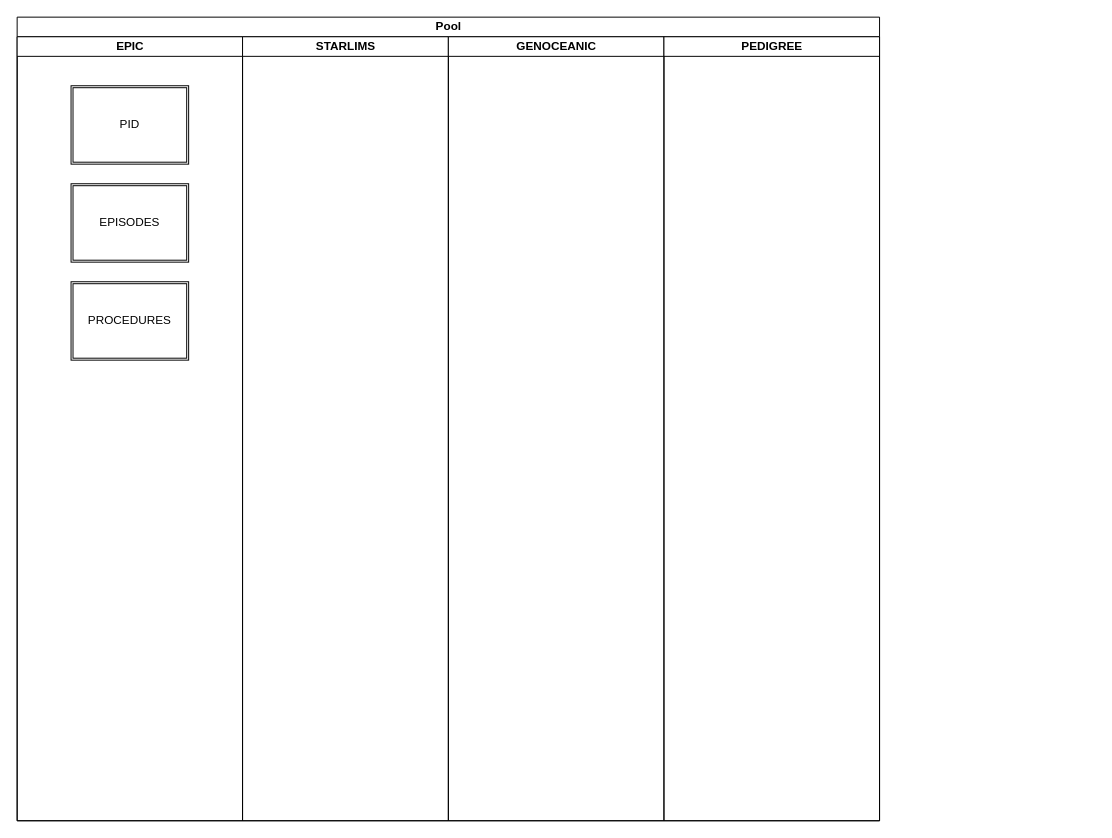
Before: Untitled Diagram.drawio in shanemuk/pedigreemd, a draw.io diagram. Source tidied: cells renumbered, new cells numbered last; positions are measured from the earlier drawing's top-left corner, leaving out a move shared by most shapes. Both pictures are drawn from the tidied source at 98%, with x=0, y=0 at pixel (17, 17).
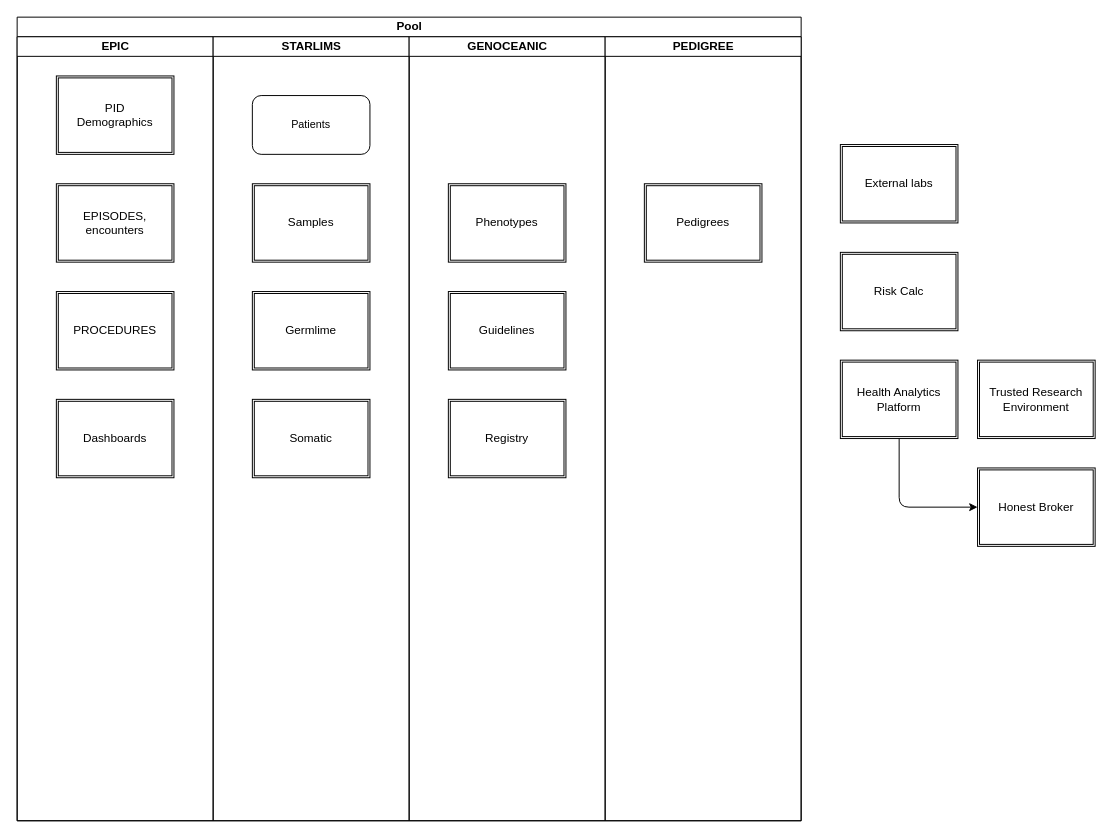
The same diagram, later.

The edit, as a diff of the source:
```diff
@@
     <mxCell id="2" value="Pool" style="swimlane;startSize=20;html=1;" parent="1" vertex="1">
-      <mxGeometry width="880" height="820" as="geometry" />
+      <mxGeometry width="800" height="820" as="geometry" />
     </mxCell>
     <mxCell id="3" value="EPIC" style="swimlane;startSize=20;html=1;" parent="2" vertex="1">
-      <mxGeometry y="20" width="230" height="800" as="geometry" />
+      <mxGeometry y="20" width="200" height="800" as="geometry" />
     </mxCell>
-    <mxCell id="4" value="PID" style="shape=ext;double=1;rounded=0;whiteSpace=wrap;html=1;" parent="3" vertex="1">
-      <mxGeometry x="55" y="50" width="120" height="80" as="geometry" />
+    <mxCell id="4" value="PID&lt;div&gt;Demographics&lt;/div&gt;" style="shape=ext;double=1;rounded=0;whiteSpace=wrap;html=1;" parent="3" vertex="1">
+      <mxGeometry x="40" y="40" width="120" height="80" as="geometry" />
     </mxCell>
-    <mxCell id="5" value="EPISODES" style="shape=ext;double=1;rounded=0;whiteSpace=wrap;html=1;" parent="3" vertex="1">
-      <mxGeometry x="55" y="150" width="120" height="80" as="geometry" />
+    <mxCell id="5" value="EPISODES, encounters" style="shape=ext;double=1;rounded=0;whiteSpace=wrap;html=1;" parent="3" vertex="1">
+      <mxGeometry x="40" y="150" width="120" height="80" as="geometry" />
     </mxCell>
     <mxCell id="6" value="PROCEDURES" style="shape=ext;double=1;rounded=0;whiteSpace=wrap;html=1;" parent="3" vertex="1">
-      <mxGeometry x="55" y="250" width="120" height="80" as="geometry" />
+      <mxGeometry x="40" y="260" width="120" height="80" as="geometry" />
     </mxCell>
+    <mxCell id="10" value="Dashboards" style="shape=ext;double=1;rounded=0;whiteSpace=wrap;html=1;" parent="3" vertex="1">
+      <mxGeometry x="40" y="370" width="120" height="80" as="geometry" />
+    </mxCell>
     <mxCell id="7" value="STARLIMS" style="swimlane;startSize=20;html=1;" parent="2" vertex="1">
-      <mxGeometry x="230" y="20" width="210" height="800" as="geometry" />
+      <mxGeometry x="200" y="20" width="200" height="800" as="geometry" />
     </mxCell>
+    <mxCell id="11" value="Samples" style="shape=ext;double=1;rounded=0;whiteSpace=wrap;html=1;" parent="7" vertex="1">
+      <mxGeometry x="40" y="150" width="120" height="80" as="geometry" />
+    </mxCell>
+    <mxCell id="12" value="Germlime" style="shape=ext;double=1;rounded=0;whiteSpace=wrap;html=1;" parent="7" vertex="1">
+      <mxGeometry x="40" y="260" width="120" height="80" as="geometry" />
+    </mxCell>
+    <mxCell id="13" value="Somatic" style="shape=ext;double=1;rounded=0;whiteSpace=wrap;html=1;" parent="7" vertex="1">
+      <mxGeometry x="40" y="370" width="120" height="80" as="geometry" />
+    </mxCell>
+    <mxCell id="14" value="Patients" style="rounded=1;whiteSpace=wrap;html=1;fontFamily=Helvetica;fontSize=11;fontColor=default;labelBackgroundColor=default;" parent="7" vertex="1">
+      <mxGeometry x="40" y="60" width="120" height="60" as="geometry" />
+    </mxCell>
     <mxCell id="8" value="GENOCEANIC" style="swimlane;startSize=20;html=1;" parent="2" vertex="1">
-      <mxGeometry x="440" y="20" width="220" height="800" as="geometry" />
+      <mxGeometry x="400" y="20" width="200" height="800" as="geometry" />
     </mxCell>
+    <mxCell id="15" value="Phenotypes" style="shape=ext;double=1;rounded=0;whiteSpace=wrap;html=1;" parent="8" vertex="1">
+      <mxGeometry x="40" y="150" width="120" height="80" as="geometry" />
+    </mxCell>
+    <mxCell id="16" value="Guidelines" style="shape=ext;double=1;rounded=0;whiteSpace=wrap;html=1;" parent="8" vertex="1">
+      <mxGeometry x="40" y="260" width="120" height="80" as="geometry" />
+    </mxCell>
+    <mxCell id="17" value="Registry" style="shape=ext;double=1;rounded=0;whiteSpace=wrap;html=1;" parent="8" vertex="1">
+      <mxGeometry x="40" y="370" width="120" height="80" as="geometry" />
+    </mxCell>
     <mxCell id="9" value="PEDIGREE" style="swimlane;startSize=20;html=1;" parent="2" vertex="1">
-      <mxGeometry x="660" y="20" width="220" height="800" as="geometry" />
+      <mxGeometry x="600" y="20" width="200" height="800" as="geometry" />
     </mxCell>
+    <mxCell id="18" value="Pedigrees" style="shape=ext;double=1;rounded=0;whiteSpace=wrap;html=1;" parent="9" vertex="1">
+      <mxGeometry x="40" y="150" width="120" height="80" as="geometry" />
+    </mxCell>
+    <mxCell id="19" value="Risk Calc" style="shape=ext;double=1;rounded=0;whiteSpace=wrap;html=1;" parent="1" vertex="1">
+      <mxGeometry x="840" y="240" width="120" height="80" as="geometry" />
+    </mxCell>
+    <mxCell id="20" value="External labs" style="shape=ext;double=1;rounded=0;whiteSpace=wrap;html=1;" parent="1" vertex="1">
+      <mxGeometry x="840" y="130" width="120" height="80" as="geometry" />
+    </mxCell>
+    <mxCell id="21" value="Health Analytics Platform" style="shape=ext;double=1;rounded=0;whiteSpace=wrap;html=1;" parent="1" vertex="1">
+      <mxGeometry x="840" y="350" width="120" height="80" as="geometry" />
+    </mxCell>
+    <mxCell id="22" value="Trusted Research Environment" style="shape=ext;double=1;rounded=0;whiteSpace=wrap;html=1;" parent="1" vertex="1">
+      <mxGeometry x="980" y="350" width="120" height="80" as="geometry" />
+    </mxCell>
+    <mxCell id="23" style="edgeStyle=orthogonalEdgeStyle;rounded=1;jettySize=auto;html=1;entryX=0;entryY=0.5;entryDx=0;entryDy=0;exitX=0.5;exitY=1;exitDx=0;exitDy=0;curved=0;" parent="1" edge="1" source="21" target="24">
+      <mxGeometry relative="1" as="geometry" />
+    </mxCell>
+    <mxCell id="24" value="Honest Broker" style="shape=ext;double=1;rounded=0;whiteSpace=wrap;html=1;" parent="1" vertex="1">
+      <mxGeometry x="980" y="460" width="120" height="80" as="geometry" />
+    </mxCell>
```
